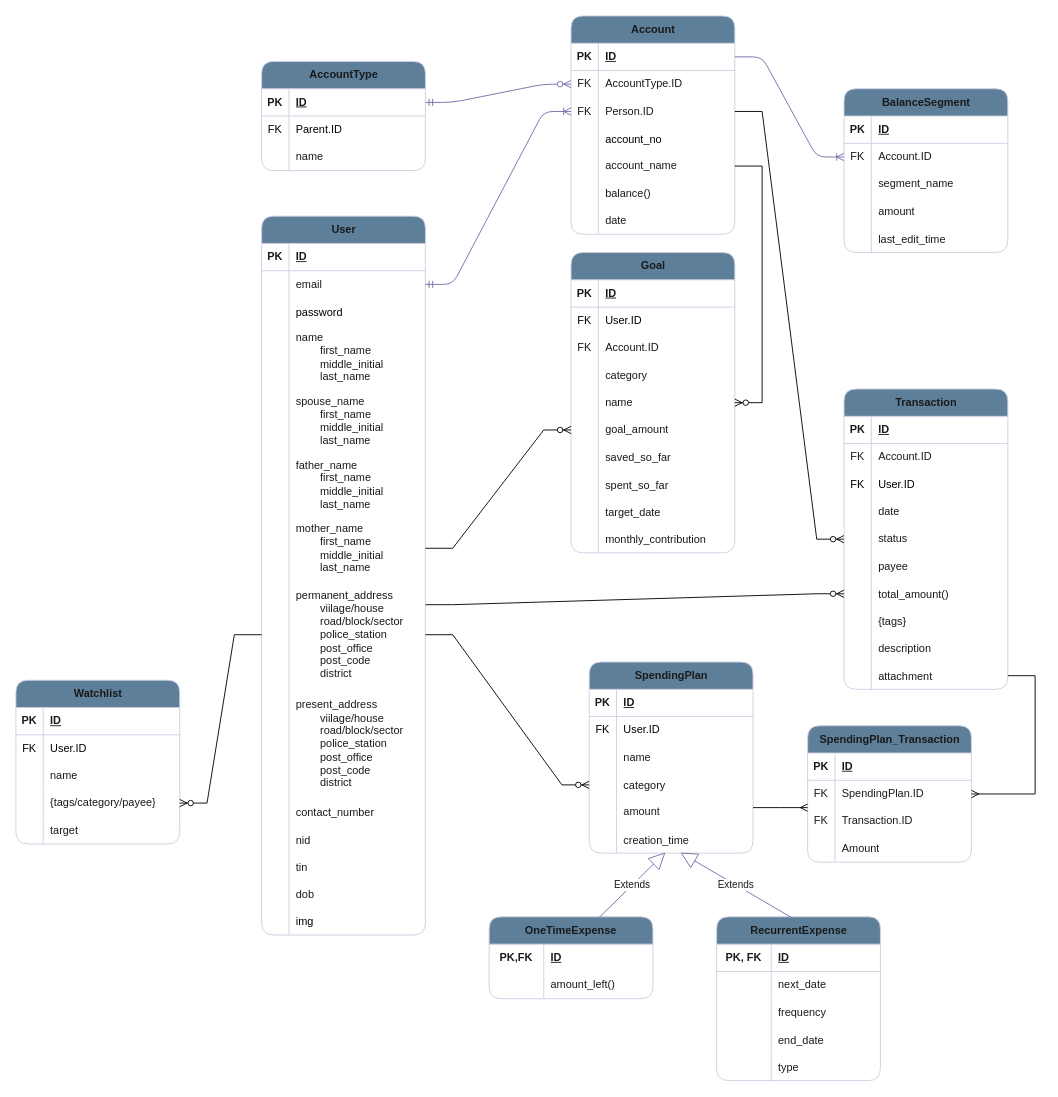
Before: resources/BudgetBuddy.drawio in SumontaNandy/Budget-Buddy, a draw.io diagram. Source tidied: cells renumbered, new cells numbered last; positions are measured from the earlier drawing's top-left corner, leaving out a move shared by most shapes. Both pictures are drawn from the tidied source at 91%, with x=0, y=0 at pixel (15, 15).
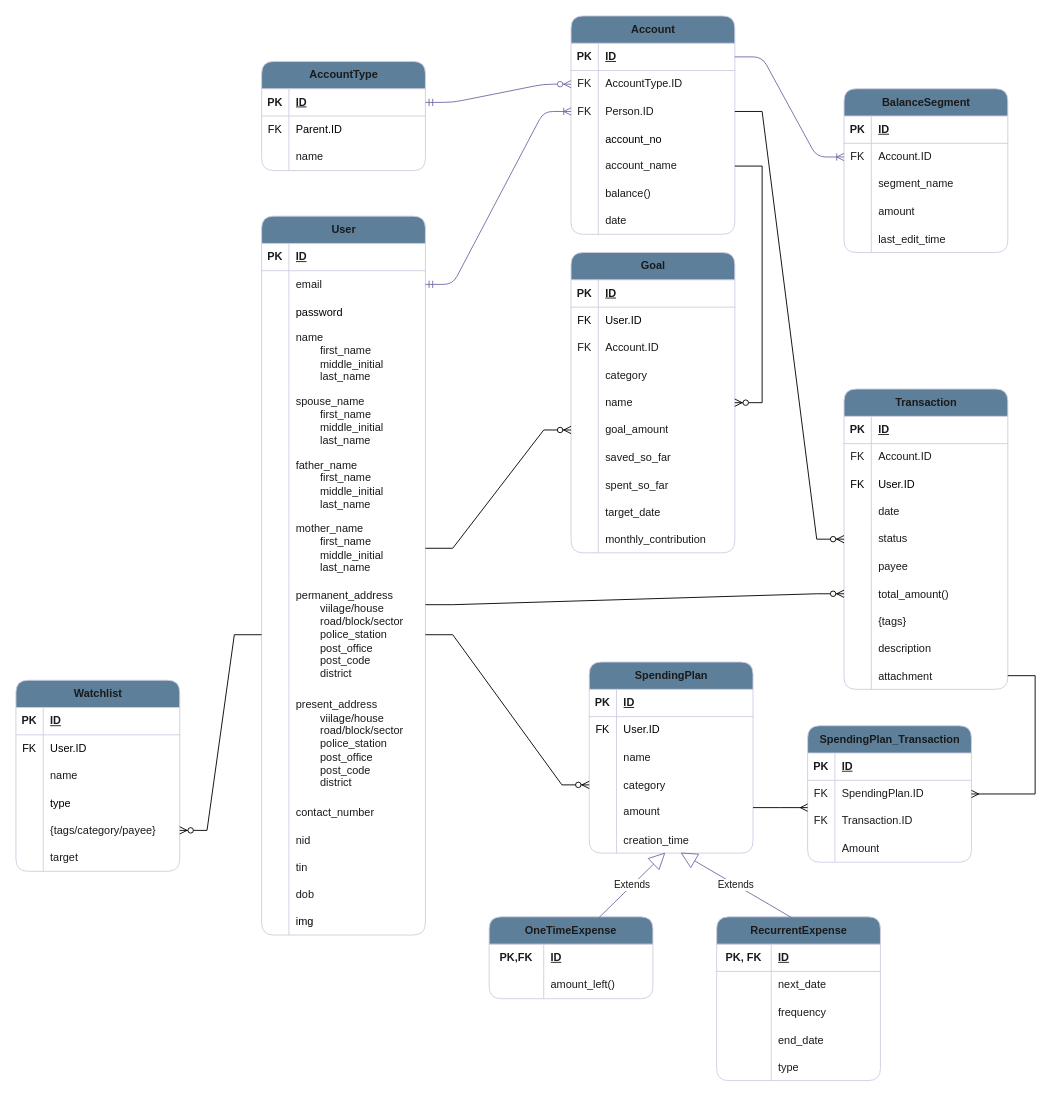
The same diagram, later.

Change to the diagram source:
```diff
@@
     <mxCell id="205" value="Watchlist" style="shape=table;startSize=30;childLayout=tableLayout;rowLines=0;fontStyle=1;align=center;html=1;rounded=1;strokeColor=#D0CEE2;fontColor=#1A1A1A;fillColor=#5D7F99;" parent="1" vertex="1">
-      <mxGeometry y="730" width="180" height="180" as="geometry" />
+      <mxGeometry y="730" width="180" height="210" as="geometry" />
     </mxCell>
@@
+    <mxCell id="239" style="shape=tableRow;horizontal=0;startSize=0;swimlaneHead=0;swimlaneBody=0;fillColor=none;top=0;left=0;right=0;bottom=0;" parent="205" vertex="1">
+      <mxGeometry y="120" width="180" height="30" as="geometry" />
+    </mxCell>
+    <mxCell id="240" style="shape=partialRectangle;fillColor=none;top=0;left=0;bottom=0;right=0;overflow=hidden;" parent="239" vertex="1">
+      <mxGeometry width="30" height="30" as="geometry" />
+    </mxCell>
+    <mxCell id="241" value="type" style="shape=partialRectangle;fillColor=none;top=0;left=0;bottom=0;right=0;align=left;spacingLeft=6;overflow=hidden;" parent="239" vertex="1">
+      <mxGeometry x="30" width="150" height="30" as="geometry" />
+    </mxCell>
     <mxCell id="215" style="shape=tableRow;horizontal=0;startSize=0;swimlaneHead=0;swimlaneBody=0;fillColor=none;points=[[0,0.5],[1,0.5]];portConstraint=eastwest;top=0;left=0;right=0;bottom=0;rounded=1;strokeColor=#D0CEE2;fontColor=#1A1A1A;" parent="205" vertex="1">
-      <mxGeometry y="120" width="180" height="30" as="geometry" />
+      <mxGeometry y="150" width="180" height="30" as="geometry" />
     </mxCell>
@@
     <mxCell id="218" style="shape=tableRow;horizontal=0;startSize=0;swimlaneHead=0;swimlaneBody=0;fillColor=none;top=0;left=0;right=0;bottom=0;rounded=1;strokeColor=#D0CEE2;fontColor=#1A1A1A;" parent="205" vertex="1">
-      <mxGeometry y="150" width="180" height="30" as="geometry" />
+      <mxGeometry y="180" width="180" height="30" as="geometry" />
     </mxCell>
```
